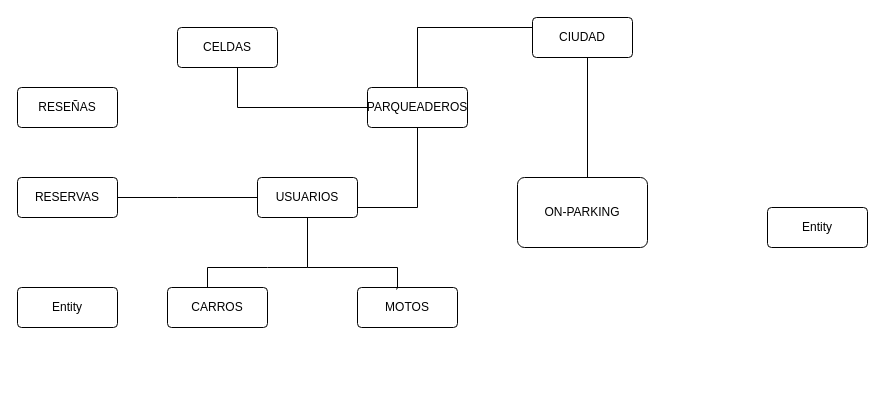
The draw.io diagram Diagrama sin título.drawio in almadv/Proyecto, before the edit. Source tidied: cells renumbered, new cells numbered last; positions are measured from the earlier drawing's top-left corner, leaving out a move shared by most shapes. Both pictures are drawn from the tidied source at 100%, with x=0, y=0 at pixel (17, 17).
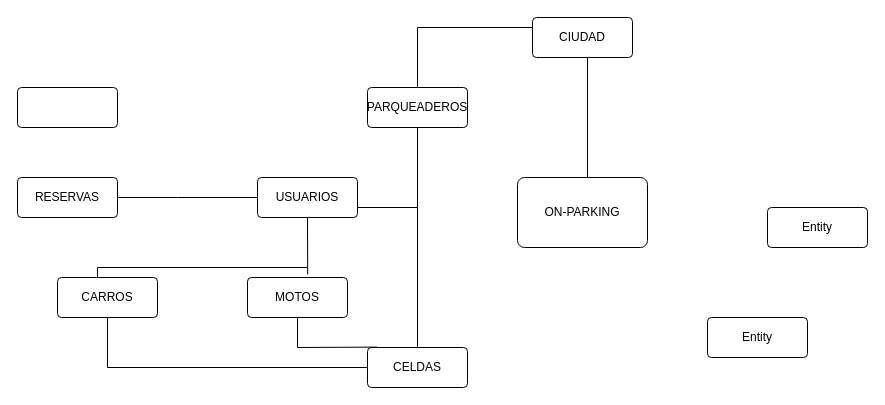
The same diagram, later.

Unchanged cells that the change refers to:
```xml
<mxCell id="5" value="USUARIOS" style="rounded=1;arcSize=10;whiteSpace=wrap;html=1;align=center;" parent="1" vertex="1">
  <mxGeometry x="240" y="160" width="100" height="40" as="geometry" />
</mxCell>
<mxCell id="6" value="PARQUEADEROS" style="rounded=1;arcSize=10;whiteSpace=wrap;html=1;align=center;" parent="1" vertex="1">
  <mxGeometry x="350" y="70" width="100" height="40" as="geometry" />
</mxCell>
```

The edit, as a diff of the source:
```diff
@@
     <mxCell id="4" value="MOTOS" style="rounded=1;arcSize=10;whiteSpace=wrap;html=1;align=center;" parent="1" vertex="1">
-      <mxGeometry x="340" y="270" width="100" height="40" as="geometry" />
+      <mxGeometry x="230" y="260" width="100" height="40" as="geometry" />
     </mxCell>
@@
     <mxCell id="7" value="CARROS" style="rounded=1;arcSize=10;whiteSpace=wrap;html=1;align=center;" parent="1" vertex="1">
-      <mxGeometry x="150" y="270" width="100" height="40" as="geometry" />
+      <mxGeometry x="40" y="260" width="100" height="40" as="geometry" />
     </mxCell>
@@
     <mxCell id="9" value="CELDAS" style="rounded=1;arcSize=10;whiteSpace=wrap;html=1;align=center;" parent="1" vertex="1">
-      <mxGeometry x="160" y="10" width="100" height="40" as="geometry" />
+      <mxGeometry x="350" y="330" width="100" height="40" as="geometry" />
     </mxCell>
@@
-    <mxCell id="12" style="endArrow=none;html=1;rounded=0;entryX=0;entryY=0.5;entryDx=0;entryDy=0;exitX=0.6;exitY=1;exitDx=0;exitDy=0;exitPerimeter=0;" parent="1" edge="1" source="9" target="6">
+    <mxCell id="12" style="endArrow=none;html=1;rounded=0;entryX=0.5;entryY=1;entryDx=0;entryDy=0;exitX=0.5;exitY=0;exitDx=0;exitDy=0;" parent="1" edge="1" source="9" target="6">
       <mxGeometry relative="1" as="geometry">
         <Array as="points">
-          <mxPoint x="220" y="90" />
+          <mxPoint x="400" y="190" />
+          <mxPoint x="400" y="110" />
         </Array>
       </mxGeometry>
     </mxCell>
@@
-    <mxCell id="14" style="endArrow=none;html=1;rounded=0;exitX=0.5;exitY=1;exitDx=0;exitDy=0;entryX=0.39;entryY=0.05;entryDx=0;entryDy=0;entryPerimeter=0;" parent="1" edge="1" source="5" target="4">
-      <mxGeometry relative="1" as="geometry">
-        <Array as="points">
-          <mxPoint x="290" y="250" />
-          <mxPoint x="380" y="250" />
-          <mxPoint x="380" y="270" />
-        </Array>
-      </mxGeometry>
-    </mxCell>
     <mxCell id="15" style="endArrow=none;html=1;rounded=0;" parent="1" edge="1">
       <mxGeometry relative="1" as="geometry">
-        <mxPoint x="220" y="270" as="sourcePoint" />
+        <mxPoint x="110" y="260" as="sourcePoint" />
         <mxPoint x="290" y="250" as="targetPoint" />
         <Array as="points">
-          <mxPoint x="190" y="270" />
-          <mxPoint x="190" y="250" />
-          <mxPoint x="250" y="250" />
+          <mxPoint x="80" y="260" />
+          <mxPoint x="80" y="250" />
         </Array>
       </mxGeometry>
     </mxCell>
@@
-    <mxCell id="18" value="RESEÑAS" style="rounded=1;arcSize=10;whiteSpace=wrap;html=1;align=center;" parent="1" vertex="1">
+    <mxCell id="18" style="rounded=1;arcSize=10;whiteSpace=wrap;html=1;align=center;" parent="1" vertex="1">
       <mxGeometry y="70" width="100" height="40" as="geometry" />
     </mxCell>
     <mxCell id="19" value="Entity" style="rounded=1;arcSize=10;whiteSpace=wrap;html=1;align=center;" parent="1" vertex="1">
-      <mxGeometry y="270" width="100" height="40" as="geometry" />
+      <mxGeometry x="690" y="300" width="100" height="40" as="geometry" />
     </mxCell>
+    <mxCell id="20" style="endArrow=none;html=1;rounded=0;entryX=0.5;entryY=1;entryDx=0;entryDy=0;exitX=0.602;exitY=-0.08;exitDx=0;exitDy=0;exitPerimeter=0;" parent="1" edge="1" source="4" target="5">
+      <mxGeometry relative="1" as="geometry" />
+    </mxCell>
+    <mxCell id="21" style="endArrow=none;html=1;rounded=0;entryX=0.5;entryY=1;entryDx=0;entryDy=0;" parent="1" edge="1" target="7">
+      <mxGeometry relative="1" as="geometry">
+        <mxPoint x="350" y="350" as="sourcePoint" />
+        <Array as="points">
+          <mxPoint x="90" y="350" />
+        </Array>
+      </mxGeometry>
+    </mxCell>
+    <mxCell id="22" style="endArrow=none;html=1;rounded=0;entryX=0.5;entryY=1;entryDx=0;entryDy=0;exitX=0.098;exitY=-0.01;exitDx=0;exitDy=0;exitPerimeter=0;" parent="1" edge="1" source="9" target="4">
+      <mxGeometry relative="1" as="geometry">
+        <Array as="points">
+          <mxPoint x="280" y="330" />
+        </Array>
+      </mxGeometry>
+    </mxCell>
```
